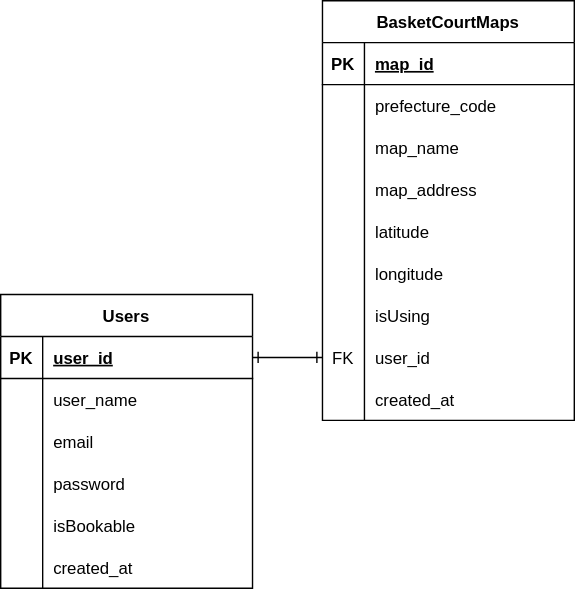
Above: src/app/_design/db.drawio.svg in yamaneko86/basket-court-map-ts (draw.io), before the change. Source tidied: cells renumbered, new cells last; positions are measured from the earlier drawing's top-left corner, leaving out a move shared by most shapes.
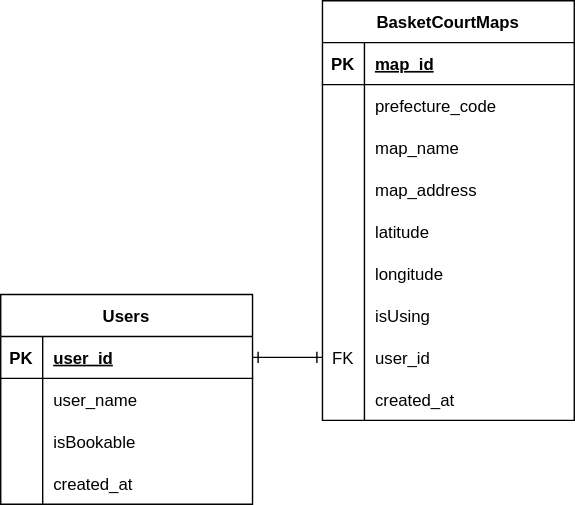
After the commit.

Commit message:
Usersのemail, passwordを削除

What changed in the source:
```diff
@@ -87,7 +87,7 @@
       <mxGeometry x="30" width="150" height="30" as="geometry" />
     </mxCell>
     <mxCell id="30" value="Users" style="shape=table;startSize=30;rowLines=0;fontStyle=1;align=center;" parent="1" vertex="1">
-      <mxGeometry y="210" width="180" height="210" as="geometry" />
+      <mxGeometry y="210" width="180" height="150" as="geometry" />
     </mxCell>
     <mxCell id="31" style="shape=tableRow;horizontal=0;startSize=0;swimlaneHead=0;swimlaneBody=0;fillColor=none;points=[[0,0.5],[1,0.5]];portConstraint=eastwest;top=0;left=0;right=0;bottom=1;" parent="30" vertex="1">
       <mxGeometry y="30" width="180" height="30" as="geometry" />
@@ -107,26 +107,8 @@
     <mxCell id="36" value="user_name" style="shape=partialRectangle;fillColor=none;top=0;left=0;bottom=0;right=0;align=left;spacingLeft=6;overflow=hidden;" parent="34" vertex="1">
       <mxGeometry x="30" width="150" height="30" as="geometry" />
     </mxCell>
-    <mxCell id="37" style="shape=tableRow;horizontal=0;startSize=0;swimlaneHead=0;swimlaneBody=0;fillColor=none;top=0;left=0;right=0;bottom=0;" parent="30" vertex="1">
-      <mxGeometry y="90" width="180" height="30" as="geometry" />
-    </mxCell>
-    <mxCell id="38" style="shape=partialRectangle;fillColor=none;top=0;left=0;bottom=0;right=0;overflow=hidden;" parent="37" vertex="1">
-      <mxGeometry width="30" height="30" as="geometry" />
-    </mxCell>
-    <mxCell id="39" value="email" style="shape=partialRectangle;fillColor=none;top=0;left=0;bottom=0;right=0;align=left;spacingLeft=6;overflow=hidden;" parent="37" vertex="1">
-      <mxGeometry x="30" width="150" height="30" as="geometry" />
-    </mxCell>
-    <mxCell id="40" style="shape=tableRow;horizontal=0;startSize=0;swimlaneHead=0;swimlaneBody=0;fillColor=none;top=0;left=0;right=0;bottom=0;" parent="30" vertex="1">
-      <mxGeometry y="120" width="180" height="30" as="geometry" />
-    </mxCell>
-    <mxCell id="41" style="shape=partialRectangle;fillColor=none;top=0;left=0;bottom=0;right=0;overflow=hidden;" parent="40" vertex="1">
-      <mxGeometry width="30" height="30" as="geometry" />
-    </mxCell>
-    <mxCell id="42" value="password" style="shape=partialRectangle;fillColor=none;top=0;left=0;bottom=0;right=0;align=left;spacingLeft=6;overflow=hidden;" parent="40" vertex="1">
-      <mxGeometry x="30" width="150" height="30" as="geometry" />
-    </mxCell>
     <mxCell id="43" style="shape=tableRow;horizontal=0;startSize=0;swimlaneHead=0;swimlaneBody=0;fillColor=none;top=0;left=0;right=0;bottom=0;" parent="30" vertex="1">
-      <mxGeometry y="150" width="180" height="30" as="geometry" />
+      <mxGeometry y="90" width="180" height="30" as="geometry" />
     </mxCell>
     <mxCell id="44" style="shape=partialRectangle;fillColor=none;top=0;left=0;bottom=0;right=0;overflow=hidden;" parent="43" vertex="1">
       <mxGeometry width="30" height="30" as="geometry" />
@@ -135,7 +117,7 @@
       <mxGeometry x="30" width="150" height="30" as="geometry" />
     </mxCell>
     <mxCell id="46" style="shape=tableRow;horizontal=0;startSize=0;swimlaneHead=0;swimlaneBody=0;fillColor=none;top=0;left=0;right=0;bottom=0;" parent="30" vertex="1">
-      <mxGeometry y="180" width="180" height="30" as="geometry" />
+      <mxGeometry y="120" width="180" height="30" as="geometry" />
     </mxCell>
     <mxCell id="47" style="shape=partialRectangle;fillColor=none;top=0;left=0;bottom=0;right=0;overflow=hidden;" parent="46" vertex="1">
       <mxGeometry width="30" height="30" as="geometry" />
```
